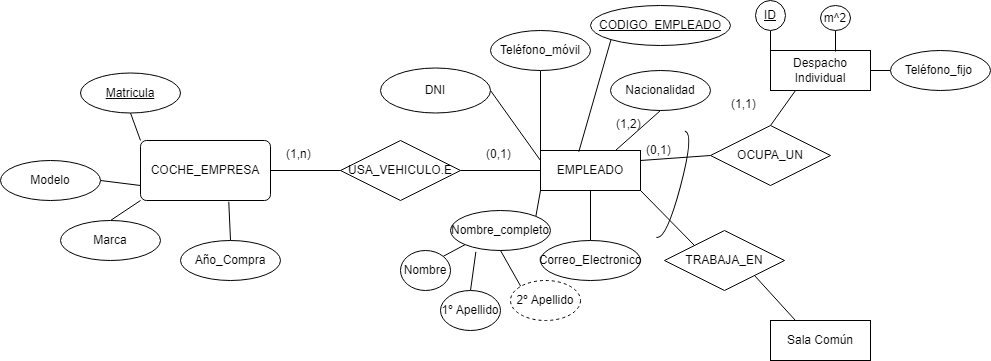
This is Ejercicio 1 practica 0.drawio.png from Ercamarero/Draw.io, a draw.io export, as it was before one commit. Source tidied: cells renumbered, new cells last; positions are measured from the earlier drawing's top-left corner, leaving out a move shared by most shapes. The source it was exported from:
```xml
<mxGraphModel>
  <root>
    <mxCell id="0" />
    <mxCell id="1" parent="0" />
    <mxCell id="2" style="edgeStyle=none;rounded=0;jettySize=auto;html=1;exitX=1;exitY=0.25;exitDx=0;exitDy=0;entryX=0;entryY=0.5;entryDx=0;entryDy=0;endArrow=none;endFill=0;" parent="1" edge="1" source="4" target="20">
      <mxGeometry relative="1" as="geometry" />
    </mxCell>
    <mxCell id="3" style="edgeStyle=none;rounded=0;jettySize=auto;html=1;exitX=1;exitY=1;exitDx=0;exitDy=0;entryX=0;entryY=0;entryDx=0;entryDy=0;endArrow=none;endFill=0;" parent="1" edge="1" source="4" target="23">
      <mxGeometry relative="1" as="geometry" />
    </mxCell>
    <mxCell id="4" value="EMPLEADO" style="whiteSpace=wrap;html=1;align=center;" parent="1" vertex="1">
      <mxGeometry x="540" y="150" width="100" height="40" as="geometry" />
    </mxCell>
    <mxCell id="5" style="rounded=0;jettySize=auto;html=1;exitX=1;exitY=0.5;exitDx=0;exitDy=0;entryX=0;entryY=0.25;entryDx=0;entryDy=0;endArrow=none;endFill=0;" parent="1" edge="1" source="6" target="4">
      <mxGeometry relative="1" as="geometry" />
    </mxCell>
    <mxCell id="6" value="DNI" style="ellipse;whiteSpace=wrap;html=1;align=center;" parent="1" vertex="1">
      <mxGeometry x="380" y="67.5" width="110" height="45" as="geometry" />
    </mxCell>
    <mxCell id="7" style="rounded=0;jettySize=auto;html=1;exitX=1;exitY=0;exitDx=0;exitDy=0;entryX=0;entryY=1;entryDx=0;entryDy=0;endArrow=none;endFill=0;" parent="1" edge="1" source="8" target="4">
      <mxGeometry relative="1" as="geometry" />
    </mxCell>
    <mxCell id="8" value="Nombre_completo" style="ellipse;whiteSpace=wrap;html=1;align=center;" parent="1" vertex="1">
      <mxGeometry x="450" y="210" width="100" height="40" as="geometry" />
    </mxCell>
    <mxCell id="9" style="edgeStyle=none;rounded=0;jettySize=auto;html=1;exitX=0.5;exitY=0;exitDx=0;exitDy=0;entryX=0.5;entryY=1;entryDx=0;entryDy=0;endArrow=none;endFill=0;" parent="1" edge="1" source="10" target="4">
      <mxGeometry relative="1" as="geometry" />
    </mxCell>
    <mxCell id="10" value="Correo_Electronico" style="ellipse;whiteSpace=wrap;html=1;align=center;" parent="1" vertex="1">
      <mxGeometry x="540" y="240" width="100" height="40" as="geometry" />
    </mxCell>
    <mxCell id="11" style="edgeStyle=none;rounded=0;jettySize=auto;html=1;exitX=0.5;exitY=1;exitDx=0;exitDy=0;entryX=0;entryY=0;entryDx=0;entryDy=0;endArrow=none;endFill=0;" parent="1" edge="1" source="12" target="4">
      <mxGeometry relative="1" as="geometry" />
    </mxCell>
    <mxCell id="12" value="Teléfono_móvil" style="ellipse;whiteSpace=wrap;html=1;align=center;" parent="1" vertex="1">
      <mxGeometry x="490" y="30" width="100" height="40" as="geometry" />
    </mxCell>
    <mxCell id="13" style="edgeStyle=none;rounded=0;jettySize=auto;html=1;exitX=0.5;exitY=1;exitDx=0;exitDy=0;entryX=0.75;entryY=0;entryDx=0;entryDy=0;endArrow=none;endFill=0;" parent="1" edge="1" source="14" target="4">
      <mxGeometry relative="1" as="geometry" />
    </mxCell>
    <mxCell id="14" value="Nacionalidad" style="ellipse;whiteSpace=wrap;html=1;align=center;" parent="1" vertex="1">
      <mxGeometry x="610" y="70" width="100" height="40" as="geometry" />
    </mxCell>
    <mxCell id="15" value="(1,2)" style="text;strokeColor=none;fillColor=none;spacingLeft=4;spacingRight=4;overflow=hidden;fontSize=12;" parent="1" vertex="1">
      <mxGeometry x="610" y="110" width="40" height="30" as="geometry" />
    </mxCell>
    <mxCell id="16" style="edgeStyle=none;rounded=0;jettySize=auto;html=1;exitX=1;exitY=0.5;exitDx=0;exitDy=0;entryX=0;entryY=0.5;entryDx=0;entryDy=0;endArrow=none;endFill=0;" parent="1" edge="1" source="17" target="30">
      <mxGeometry relative="1" as="geometry" />
    </mxCell>
    <mxCell id="17" value="Despacho&lt;br&gt;Individual" style="whiteSpace=wrap;html=1;align=center;" parent="1" vertex="1">
      <mxGeometry x="770" y="50" width="100" height="40" as="geometry" />
    </mxCell>
    <mxCell id="18" value="Sala Común" style="whiteSpace=wrap;html=1;align=center;" parent="1" vertex="1">
      <mxGeometry x="770" y="320" width="100" height="40" as="geometry" />
    </mxCell>
    <mxCell id="19" style="edgeStyle=none;rounded=0;jettySize=auto;html=1;exitX=0.5;exitY=0;exitDx=0;exitDy=0;entryX=0.25;entryY=1;entryDx=0;entryDy=0;endArrow=none;endFill=0;" parent="1" edge="1" source="20" target="17">
      <mxGeometry relative="1" as="geometry" />
    </mxCell>
    <mxCell id="20" value="OCUPA_UN" style="shape=rhombus;perimeter=rhombusPerimeter;whiteSpace=wrap;html=1;align=center;" parent="1" vertex="1">
      <mxGeometry x="710" y="125" width="120" height="60" as="geometry" />
    </mxCell>
    <mxCell id="21" style="shape=requiredInterface;html=1;verticalLabelPosition=bottom;sketch=0;rotation=15;" parent="1" vertex="1">
      <mxGeometry x="670" y="130" width="10" height="110" as="geometry" />
    </mxCell>
    <mxCell id="22" style="edgeStyle=none;rounded=0;jettySize=auto;html=1;exitX=1;exitY=1;exitDx=0;exitDy=0;entryX=0.25;entryY=0;entryDx=0;entryDy=0;endArrow=none;endFill=0;" parent="1" edge="1" source="23" target="18">
      <mxGeometry relative="1" as="geometry" />
    </mxCell>
    <mxCell id="23" value="TRABAJA_EN" style="shape=rhombus;perimeter=rhombusPerimeter;whiteSpace=wrap;html=1;align=center;" parent="1" vertex="1">
      <mxGeometry x="664" y="230" width="120" height="60" as="geometry" />
    </mxCell>
    <mxCell id="24" style="edgeStyle=none;rounded=0;jettySize=auto;html=1;exitX=0.5;exitY=1;exitDx=0;exitDy=0;entryX=0;entryY=0;entryDx=0;entryDy=0;endArrow=none;endFill=0;" parent="1" edge="1" source="25" target="17">
      <mxGeometry relative="1" as="geometry" />
    </mxCell>
    <mxCell id="25" value="&lt;u&gt;ID&lt;/u&gt;" style="ellipse;whiteSpace=wrap;html=1;align=center;" parent="1" vertex="1">
      <mxGeometry x="755" width="30" height="30" as="geometry" />
    </mxCell>
    <mxCell id="26" value="(1,1)" style="text;strokeColor=none;fillColor=none;spacingLeft=4;spacingRight=4;overflow=hidden;fontSize=12;" parent="1" vertex="1">
      <mxGeometry x="725" y="90" width="40" height="30" as="geometry" />
    </mxCell>
    <mxCell id="27" value="(0,1)" style="text;strokeColor=none;fillColor=none;spacingLeft=4;spacingRight=4;overflow=hidden;points=[[0,0.5],[1,0.5]];portConstraint=eastwest;fontSize=12;" parent="1" vertex="1">
      <mxGeometry x="640" y="136" width="40" height="30" as="geometry" />
    </mxCell>
    <mxCell id="28" style="edgeStyle=none;rounded=0;jettySize=auto;html=1;exitX=0.5;exitY=1;exitDx=0;exitDy=0;entryX=0.65;entryY=0.025;entryDx=0;entryDy=0;entryPerimeter=0;endArrow=none;endFill=0;" parent="1" edge="1" source="29" target="17">
      <mxGeometry relative="1" as="geometry" />
    </mxCell>
    <mxCell id="29" value="m^2" style="ellipse;whiteSpace=wrap;html=1;align=center;" parent="1" vertex="1">
      <mxGeometry x="820" y="5" width="30" height="25" as="geometry" />
    </mxCell>
    <mxCell id="30" value="Teléfono_fijo&amp;nbsp;" style="ellipse;whiteSpace=wrap;html=1;align=center;" parent="1" vertex="1">
      <mxGeometry x="890" y="50" width="100" height="40" as="geometry" />
    </mxCell>
    <mxCell id="31" style="edgeStyle=none;rounded=0;orthogonalLoop=1;jettySize=auto;html=1;exitX=0.5;exitY=1;exitDx=0;exitDy=0;entryX=0.75;entryY=1;entryDx=0;entryDy=0;endArrow=none;endFill=0;" parent="1" edge="1" source="4" target="4">
      <mxGeometry relative="1" as="geometry" />
    </mxCell>
    <mxCell id="32" style="edgeStyle=none;rounded=0;jettySize=auto;html=1;exitX=1;exitY=0.5;exitDx=0;exitDy=0;entryX=0;entryY=0.5;entryDx=0;entryDy=0;endArrow=none;endFill=0;" parent="1" edge="1" source="33" target="4">
      <mxGeometry relative="1" as="geometry" />
    </mxCell>
    <mxCell id="33" value="USA_VEHICULO.E" style="shape=rhombus;perimeter=rhombusPerimeter;whiteSpace=wrap;html=1;align=center;" parent="1" vertex="1">
      <mxGeometry x="340" y="140" width="120" height="60" as="geometry" />
    </mxCell>
    <mxCell id="34" style="edgeStyle=none;rounded=0;jettySize=auto;html=1;exitX=0;exitY=1;exitDx=0;exitDy=0;entryX=0;entryY=1;entryDx=0;entryDy=0;endArrow=none;endFill=0;" parent="1" edge="1" source="35" target="8">
      <mxGeometry relative="1" as="geometry" />
    </mxCell>
    <mxCell id="35" value="Nombre" style="ellipse;whiteSpace=wrap;html=1;align=center;direction=west;" parent="1" vertex="1">
      <mxGeometry x="400" y="250" width="50" height="40" as="geometry" />
    </mxCell>
    <mxCell id="36" style="edgeStyle=none;rounded=0;jettySize=auto;html=1;exitX=0;exitY=0;exitDx=0;exitDy=0;entryX=0.5;entryY=1;entryDx=0;entryDy=0;endArrow=none;endFill=0;" parent="1" edge="1" source="37" target="8">
      <mxGeometry relative="1" as="geometry" />
    </mxCell>
    <mxCell id="37" value="2º Apellido" style="ellipse;whiteSpace=wrap;html=1;align=center;dashed=1;" parent="1" vertex="1">
      <mxGeometry x="510" y="280" width="70" height="40" as="geometry" />
    </mxCell>
    <mxCell id="38" style="edgeStyle=none;rounded=0;jettySize=auto;html=1;exitX=0.5;exitY=0;exitDx=0;exitDy=0;entryX=0.254;entryY=1.032;entryDx=0;entryDy=0;entryPerimeter=0;endArrow=none;endFill=0;" parent="1" edge="1" source="39" target="8">
      <mxGeometry relative="1" as="geometry" />
    </mxCell>
    <mxCell id="39" value="1º Apellido" style="ellipse;whiteSpace=wrap;html=1;align=center;" parent="1" vertex="1">
      <mxGeometry x="440" y="290" width="60" height="40" as="geometry" />
    </mxCell>
    <mxCell id="40" style="edgeStyle=none;rounded=0;jettySize=auto;html=1;exitX=1;exitY=0.5;exitDx=0;exitDy=0;entryX=0;entryY=0.5;entryDx=0;entryDy=0;endArrow=none;endFill=0;" parent="1" edge="1" source="41" target="33">
      <mxGeometry relative="1" as="geometry" />
    </mxCell>
    <mxCell id="41" value="COCHE_EMPRESA" style="rounded=1;arcSize=10;whiteSpace=wrap;html=1;align=center;" parent="1" vertex="1">
      <mxGeometry x="140" y="140" width="130" height="60" as="geometry" />
    </mxCell>
    <mxCell id="42" value="(0,1)" style="text;strokeColor=none;fillColor=none;spacingLeft=4;spacingRight=4;overflow=hidden;fontSize=12;" parent="1" vertex="1">
      <mxGeometry x="480" y="140" width="40" height="30" as="geometry" />
    </mxCell>
    <mxCell id="43" value="(1,n)" style="text;strokeColor=none;fillColor=none;spacingLeft=4;spacingRight=4;overflow=hidden;fontSize=12;" parent="1" vertex="1">
      <mxGeometry x="280" y="140" width="40" height="30" as="geometry" />
    </mxCell>
    <mxCell id="44" style="edgeStyle=none;rounded=0;jettySize=auto;html=1;exitX=0;exitY=1;exitDx=0;exitDy=0;entryX=0.383;entryY=0.032;entryDx=0;entryDy=0;entryPerimeter=0;endArrow=none;endFill=0;" parent="1" edge="1" source="45" target="4">
      <mxGeometry relative="1" as="geometry" />
    </mxCell>
    <mxCell id="45" value="&lt;u&gt;CODIGO_EMPLEADO&lt;/u&gt;" style="ellipse;whiteSpace=wrap;html=1;align=center;" parent="1" vertex="1">
      <mxGeometry x="590" y="5" width="140" height="40" as="geometry" />
    </mxCell>
    <mxCell id="46" style="edgeStyle=none;rounded=0;jettySize=auto;html=1;exitX=0.5;exitY=1;exitDx=0;exitDy=0;entryX=0;entryY=0;entryDx=0;entryDy=0;endArrow=none;endFill=0;" parent="1" edge="1" source="47" target="41">
      <mxGeometry relative="1" as="geometry" />
    </mxCell>
    <mxCell id="47" value="&lt;u&gt;Matricula&lt;/u&gt;" style="ellipse;whiteSpace=wrap;html=1;align=center;" parent="1" vertex="1">
      <mxGeometry x="80" y="72.5" width="100" height="40" as="geometry" />
    </mxCell>
    <mxCell id="48" style="edgeStyle=none;rounded=0;jettySize=auto;html=1;exitX=1;exitY=0.5;exitDx=0;exitDy=0;entryX=0;entryY=0.75;entryDx=0;entryDy=0;endArrow=none;endFill=0;" parent="1" edge="1" source="49" target="41">
      <mxGeometry relative="1" as="geometry" />
    </mxCell>
    <mxCell id="49" value="Modelo" style="ellipse;whiteSpace=wrap;html=1;align=center;" parent="1" vertex="1">
      <mxGeometry y="160" width="100" height="40" as="geometry" />
    </mxCell>
    <mxCell id="50" style="edgeStyle=none;rounded=0;jettySize=auto;html=1;exitX=0.5;exitY=0;exitDx=0;exitDy=0;entryX=0;entryY=1;entryDx=0;entryDy=0;endArrow=none;endFill=0;" parent="1" edge="1" source="51" target="41">
      <mxGeometry relative="1" as="geometry" />
    </mxCell>
    <mxCell id="51" value="Marca" style="ellipse;whiteSpace=wrap;html=1;align=center;" parent="1" vertex="1">
      <mxGeometry x="60" y="220" width="100" height="40" as="geometry" />
    </mxCell>
    <mxCell id="52" style="edgeStyle=none;rounded=0;jettySize=auto;html=1;exitX=0.5;exitY=0;exitDx=0;exitDy=0;entryX=0.679;entryY=1.021;entryDx=0;entryDy=0;entryPerimeter=0;endArrow=none;endFill=0;" parent="1" edge="1" source="53" target="41">
      <mxGeometry relative="1" as="geometry" />
    </mxCell>
    <mxCell id="53" value="Año_Compra" style="ellipse;whiteSpace=wrap;html=1;align=center;" parent="1" vertex="1">
      <mxGeometry x="180" y="240" width="100" height="40" as="geometry" />
    </mxCell>
  </root>
</mxGraphModel>
```
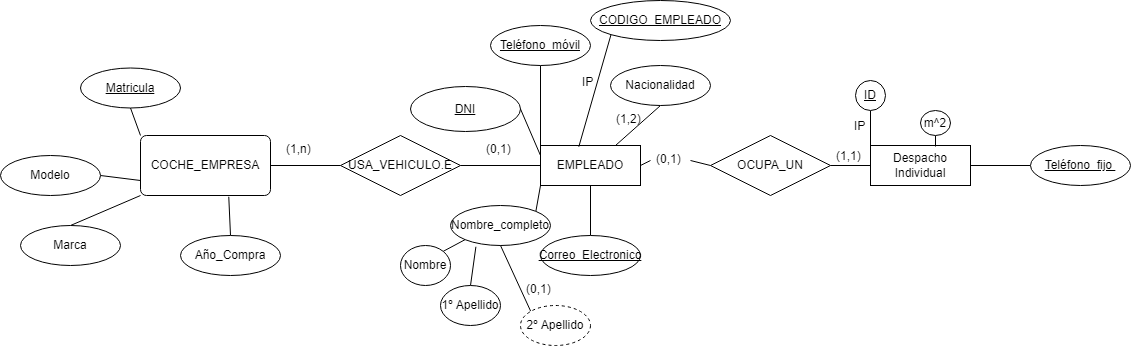
After the change.

Diff of the diagram source:
```diff
@@ -2,20 +2,17 @@
   <root>
     <mxCell id="0" />
     <mxCell id="1" parent="0" />
-    <mxCell id="2" style="edgeStyle=none;rounded=0;jettySize=auto;html=1;exitX=1;exitY=0.25;exitDx=0;exitDy=0;entryX=0;entryY=0.5;entryDx=0;entryDy=0;endArrow=none;endFill=0;" parent="1" edge="1" source="4" target="20">
-      <mxGeometry relative="1" as="geometry" />
-    </mxCell>
-    <mxCell id="3" style="edgeStyle=none;rounded=0;jettySize=auto;html=1;exitX=1;exitY=1;exitDx=0;exitDy=0;entryX=0;entryY=0;entryDx=0;entryDy=0;endArrow=none;endFill=0;" parent="1" edge="1" source="4" target="23">
-      <mxGeometry relative="1" as="geometry" />
-    </mxCell>
+    <mxCell id="54" style="rounded=0;jettySize=auto;html=1;exitX=1;exitY=0.5;exitDx=0;exitDy=0;entryX=0;entryY=0.5;entryDx=0;entryDy=0;endArrow=none;endFill=0;startArrow=none;" parent="1" edge="1" source="27" target="20">
+      <mxGeometry relative="1" as="geometry" />
+    </mxCell>
     <mxCell id="4" value="EMPLEADO" style="whiteSpace=wrap;html=1;align=center;" parent="1" vertex="1">
       <mxGeometry x="540" y="150" width="100" height="40" as="geometry" />
     </mxCell>
     <mxCell id="5" style="rounded=0;jettySize=auto;html=1;exitX=1;exitY=0.5;exitDx=0;exitDy=0;entryX=0;entryY=0.25;entryDx=0;entryDy=0;endArrow=none;endFill=0;" parent="1" edge="1" source="6" target="4">
       <mxGeometry relative="1" as="geometry" />
     </mxCell>
-    <mxCell id="6" value="DNI" style="ellipse;whiteSpace=wrap;html=1;align=center;" parent="1" vertex="1">
-      <mxGeometry x="380" y="67.5" width="110" height="45" as="geometry" />
+    <mxCell id="6" value="&lt;u&gt;DNI&lt;/u&gt;" style="ellipse;whiteSpace=wrap;html=1;align=center;" parent="1" vertex="1">
+      <mxGeometry x="410" y="91" width="110" height="45" as="geometry" />
     </mxCell>
     <mxCell id="7" style="rounded=0;jettySize=auto;html=1;exitX=1;exitY=0;exitDx=0;exitDy=0;entryX=0;entryY=1;entryDx=0;entryDy=0;endArrow=none;endFill=0;" parent="1" edge="1" source="8" target="4">
       <mxGeometry relative="1" as="geometry" />
@@ -26,13 +23,13 @@
     <mxCell id="9" style="edgeStyle=none;rounded=0;jettySize=auto;html=1;exitX=0.5;exitY=0;exitDx=0;exitDy=0;entryX=0.5;entryY=1;entryDx=0;entryDy=0;endArrow=none;endFill=0;" parent="1" edge="1" source="10" target="4">
       <mxGeometry relative="1" as="geometry" />
     </mxCell>
-    <mxCell id="10" value="Correo_Electronico" style="ellipse;whiteSpace=wrap;html=1;align=center;" parent="1" vertex="1">
+    <mxCell id="10" value="&lt;u&gt;Correo_Electronico&lt;/u&gt;" style="ellipse;whiteSpace=wrap;html=1;align=center;" parent="1" vertex="1">
       <mxGeometry x="540" y="240" width="100" height="40" as="geometry" />
     </mxCell>
     <mxCell id="11" style="edgeStyle=none;rounded=0;jettySize=auto;html=1;exitX=0.5;exitY=1;exitDx=0;exitDy=0;entryX=0;entryY=0;entryDx=0;entryDy=0;endArrow=none;endFill=0;" parent="1" edge="1" source="12" target="4">
       <mxGeometry relative="1" as="geometry" />
     </mxCell>
-    <mxCell id="12" value="Teléfono_móvil" style="ellipse;whiteSpace=wrap;html=1;align=center;" parent="1" vertex="1">
+    <mxCell id="12" value="&lt;u&gt;Teléfono_móvil&lt;/u&gt;" style="ellipse;whiteSpace=wrap;html=1;align=center;" parent="1" vertex="1">
       <mxGeometry x="490" y="30" width="100" height="40" as="geometry" />
     </mxCell>
     <mxCell id="13" style="edgeStyle=none;rounded=0;jettySize=auto;html=1;exitX=0.5;exitY=1;exitDx=0;exitDy=0;entryX=0.75;entryY=0;entryDx=0;entryDy=0;endArrow=none;endFill=0;" parent="1" edge="1" source="14" target="4">
@@ -48,46 +45,31 @@
       <mxGeometry relative="1" as="geometry" />
     </mxCell>
     <mxCell id="17" value="Despacho&lt;br&gt;Individual" style="whiteSpace=wrap;html=1;align=center;" parent="1" vertex="1">
-      <mxGeometry x="770" y="50" width="100" height="40" as="geometry" />
+      <mxGeometry x="870" y="150" width="100" height="40" as="geometry" />
     </mxCell>
-    <mxCell id="18" value="Sala Común" style="whiteSpace=wrap;html=1;align=center;" parent="1" vertex="1">
-      <mxGeometry x="770" y="320" width="100" height="40" as="geometry" />
-    </mxCell>
-    <mxCell id="19" style="edgeStyle=none;rounded=0;jettySize=auto;html=1;exitX=0.5;exitY=0;exitDx=0;exitDy=0;entryX=0.25;entryY=1;entryDx=0;entryDy=0;endArrow=none;endFill=0;" parent="1" edge="1" source="20" target="17">
+    <mxCell id="19" style="edgeStyle=none;rounded=0;jettySize=auto;html=1;exitX=1;exitY=0.5;exitDx=0;exitDy=0;entryX=0;entryY=0.5;entryDx=0;entryDy=0;endArrow=none;endFill=0;" parent="1" edge="1" source="20" target="17">
       <mxGeometry relative="1" as="geometry" />
     </mxCell>
     <mxCell id="20" value="OCUPA_UN" style="shape=rhombus;perimeter=rhombusPerimeter;whiteSpace=wrap;html=1;align=center;" parent="1" vertex="1">
-      <mxGeometry x="710" y="125" width="120" height="60" as="geometry" />
+      <mxGeometry x="710" y="140" width="120" height="60" as="geometry" />
     </mxCell>
-    <mxCell id="21" style="shape=requiredInterface;html=1;verticalLabelPosition=bottom;sketch=0;rotation=15;" parent="1" vertex="1">
-      <mxGeometry x="670" y="130" width="10" height="110" as="geometry" />
-    </mxCell>
-    <mxCell id="22" style="edgeStyle=none;rounded=0;jettySize=auto;html=1;exitX=1;exitY=1;exitDx=0;exitDy=0;entryX=0.25;entryY=0;entryDx=0;entryDy=0;endArrow=none;endFill=0;" parent="1" edge="1" source="23" target="18">
-      <mxGeometry relative="1" as="geometry" />
-    </mxCell>
-    <mxCell id="23" value="TRABAJA_EN" style="shape=rhombus;perimeter=rhombusPerimeter;whiteSpace=wrap;html=1;align=center;" parent="1" vertex="1">
-      <mxGeometry x="664" y="230" width="120" height="60" as="geometry" />
-    </mxCell>
     <mxCell id="24" style="edgeStyle=none;rounded=0;jettySize=auto;html=1;exitX=0.5;exitY=1;exitDx=0;exitDy=0;entryX=0;entryY=0;entryDx=0;entryDy=0;endArrow=none;endFill=0;" parent="1" edge="1" source="25" target="17">
       <mxGeometry relative="1" as="geometry" />
     </mxCell>
     <mxCell id="25" value="&lt;u&gt;ID&lt;/u&gt;" style="ellipse;whiteSpace=wrap;html=1;align=center;" parent="1" vertex="1">
-      <mxGeometry x="755" width="30" height="30" as="geometry" />
+      <mxGeometry x="855" y="85" width="30" height="30" as="geometry" />
     </mxCell>
     <mxCell id="26" value="(1,1)" style="text;strokeColor=none;fillColor=none;spacingLeft=4;spacingRight=4;overflow=hidden;fontSize=12;" parent="1" vertex="1">
-      <mxGeometry x="725" y="90" width="40" height="30" as="geometry" />
+      <mxGeometry x="830" y="147" width="40" height="30" as="geometry" />
     </mxCell>
-    <mxCell id="27" value="(0,1)" style="text;strokeColor=none;fillColor=none;spacingLeft=4;spacingRight=4;overflow=hidden;points=[[0,0.5],[1,0.5]];portConstraint=eastwest;fontSize=12;" parent="1" vertex="1">
-      <mxGeometry x="640" y="136" width="40" height="30" as="geometry" />
-    </mxCell>
     <mxCell id="28" style="edgeStyle=none;rounded=0;jettySize=auto;html=1;exitX=0.5;exitY=1;exitDx=0;exitDy=0;entryX=0.65;entryY=0.025;entryDx=0;entryDy=0;entryPerimeter=0;endArrow=none;endFill=0;" parent="1" edge="1" source="29" target="17">
       <mxGeometry relative="1" as="geometry" />
     </mxCell>
     <mxCell id="29" value="m^2" style="ellipse;whiteSpace=wrap;html=1;align=center;" parent="1" vertex="1">
-      <mxGeometry x="820" y="5" width="30" height="25" as="geometry" />
+      <mxGeometry x="920" y="115" width="30" height="25" as="geometry" />
     </mxCell>
-    <mxCell id="30" value="Teléfono_fijo&amp;nbsp;" style="ellipse;whiteSpace=wrap;html=1;align=center;" parent="1" vertex="1">
-      <mxGeometry x="890" y="50" width="100" height="40" as="geometry" />
+    <mxCell id="30" value="&lt;u&gt;Teléfono_fijo&amp;nbsp;&lt;/u&gt;" style="ellipse;whiteSpace=wrap;html=1;align=center;" parent="1" vertex="1">
+      <mxGeometry x="1030" y="150" width="100" height="40" as="geometry" />
     </mxCell>
     <mxCell id="31" style="edgeStyle=none;rounded=0;orthogonalLoop=1;jettySize=auto;html=1;exitX=0.5;exitY=1;exitDx=0;exitDy=0;entryX=0.75;entryY=1;entryDx=0;entryDy=0;endArrow=none;endFill=0;" parent="1" edge="1" source="4" target="4">
       <mxGeometry relative="1" as="geometry" />
@@ -108,7 +90,7 @@
       <mxGeometry relative="1" as="geometry" />
     </mxCell>
     <mxCell id="37" value="2º Apellido" style="ellipse;whiteSpace=wrap;html=1;align=center;dashed=1;" parent="1" vertex="1">
-      <mxGeometry x="510" y="280" width="70" height="40" as="geometry" />
+      <mxGeometry x="520" y="310" width="70" height="40" as="geometry" />
     </mxCell>
     <mxCell id="38" style="edgeStyle=none;rounded=0;jettySize=auto;html=1;exitX=0.5;exitY=0;exitDx=0;exitDy=0;entryX=0.254;entryY=1.032;entryDx=0;entryDy=0;entryPerimeter=0;endArrow=none;endFill=0;" parent="1" edge="1" source="39" target="8">
       <mxGeometry relative="1" as="geometry" />
@@ -150,7 +132,7 @@
       <mxGeometry relative="1" as="geometry" />
     </mxCell>
     <mxCell id="51" value="Marca" style="ellipse;whiteSpace=wrap;html=1;align=center;" parent="1" vertex="1">
-      <mxGeometry x="60" y="220" width="100" height="40" as="geometry" />
+      <mxGeometry x="20" y="230" width="100" height="40" as="geometry" />
     </mxCell>
     <mxCell id="52" style="edgeStyle=none;rounded=0;jettySize=auto;html=1;exitX=0.5;exitY=0;exitDx=0;exitDy=0;entryX=0.679;entryY=1.021;entryDx=0;entryDy=0;entryPerimeter=0;endArrow=none;endFill=0;" parent="1" edge="1" source="53" target="41">
       <mxGeometry relative="1" as="geometry" />
@@ -158,5 +140,20 @@
     <mxCell id="53" value="Año_Compra" style="ellipse;whiteSpace=wrap;html=1;align=center;" parent="1" vertex="1">
       <mxGeometry x="180" y="240" width="100" height="40" as="geometry" />
     </mxCell>
+    <mxCell id="55" value="IP" style="text;strokeColor=none;fillColor=none;spacingLeft=4;spacingRight=4;overflow=hidden;fontSize=12;" parent="1" vertex="1">
+      <mxGeometry x="848" y="117" width="40" height="30" as="geometry" />
+    </mxCell>
+    <mxCell id="56" value="IP&#10;" style="text;strokeColor=none;fillColor=none;spacingLeft=4;spacingRight=4;overflow=hidden;fontSize=12;" parent="1" vertex="1">
+      <mxGeometry x="576" y="73" width="40" height="30" as="geometry" />
+    </mxCell>
+    <mxCell id="27" value="(0,1)" style="text;strokeColor=none;fillColor=none;spacingLeft=4;spacingRight=4;overflow=hidden;points=[[0,0.5],[1,0.5]];portConstraint=eastwest;fontSize=12;" parent="1" vertex="1">
+      <mxGeometry x="650" y="150" width="40" height="30" as="geometry" />
+    </mxCell>
+    <mxCell id="57" style="rounded=0;jettySize=auto;html=1;exitX=1;exitY=0.5;exitDx=0;exitDy=0;entryX=0;entryY=0.5;entryDx=0;entryDy=0;endArrow=none;endFill=0;" parent="1" edge="1" source="4" target="27">
+      <mxGeometry relative="1" as="geometry" />
+    </mxCell>
+    <mxCell id="58" value="(0,1)" style="text;strokeColor=none;fillColor=none;spacingLeft=4;spacingRight=4;overflow=hidden;fontSize=12;" parent="1" vertex="1">
+      <mxGeometry x="520" y="280" width="40" height="30" as="geometry" />
+    </mxCell>
   </root>
 </mxGraphModel>
```
